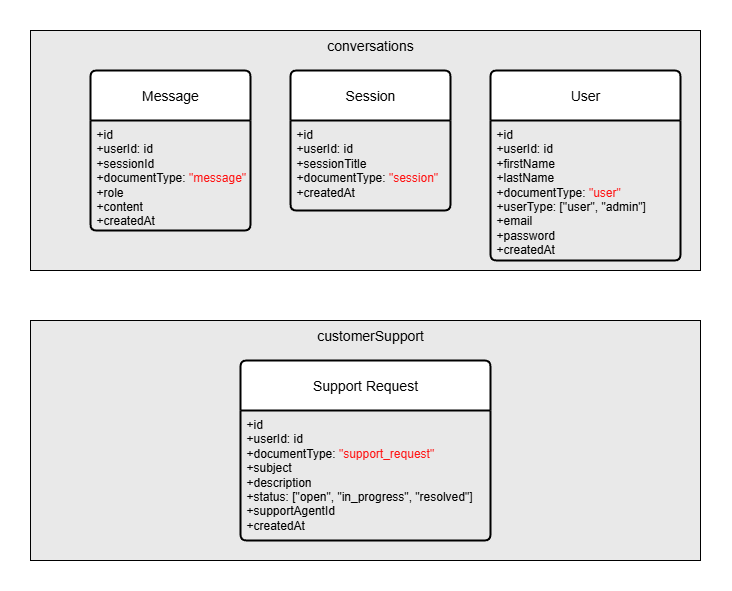
Above: Documentation/Database Schema.png in Carlo-04/azure-ai-chatbot (draw.io), before the change. Source tidied: cells renumbered, new cells last; positions are measured from the earlier drawing's top-left corner, leaving out a move shared by most shapes.
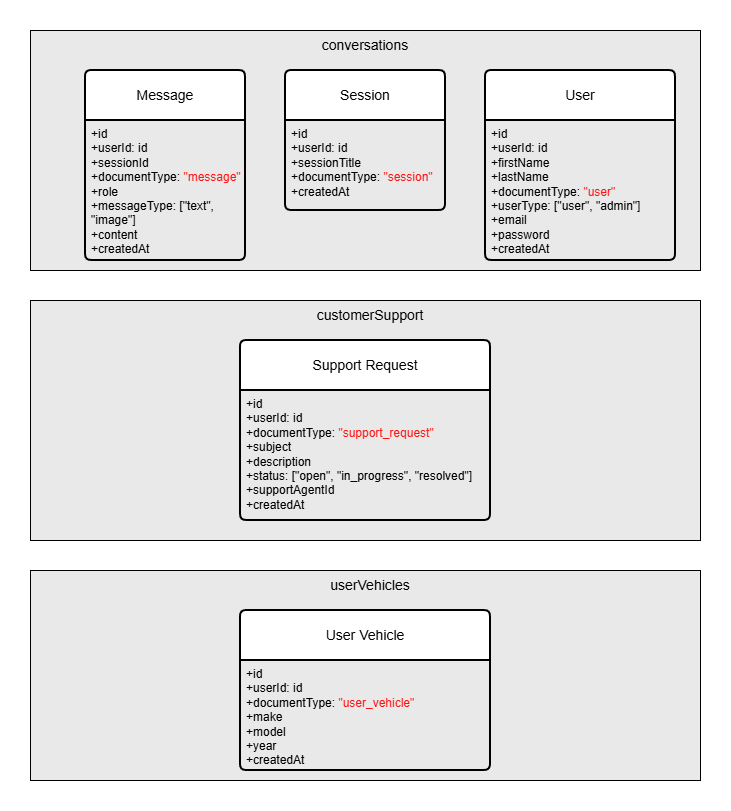
Later version of the same file.

The edit, as a diff of the source:
```diff
@@ -6,37 +6,49 @@
       <mxGeometry y="290" width="670" height="240" as="geometry" />
     </mxCell>
     <mxCell id="3" style="rounded=0;whiteSpace=wrap;html=1;fillColor=#E9E9E9;" parent="1" vertex="1">
-      <mxGeometry width="670" height="240" as="geometry" />
+      <mxGeometry y="20" width="670" height="240" as="geometry" />
     </mxCell>
     <mxCell id="4" value="User" style="swimlane;horizontal=1;startSize=50;rounded=1;fontSize=14;fontStyle=0;strokeWidth=2;shadow=0;dashed=0;align=center;arcSize=4;whiteSpace=wrap;html=1;" parent="1" vertex="1">
-      <mxGeometry x="460" y="40" width="190" height="190" as="geometry" />
+      <mxGeometry x="455" y="60" width="190" height="190" as="geometry" />
     </mxCell>
-    <mxCell id="5" value="+id&lt;div&gt;+userId: id&lt;br&gt;+firstName&lt;br&gt;+lastName&lt;div&gt;+documentType:&lt;font style=&quot;color: light-dark(rgb(0, 0, 0), rgb(255, 6, 6));&quot;&gt; &lt;/font&gt;&lt;font style=&quot;color: light-dark(rgb(255, 19, 19), rgb(255, 6, 6));&quot;&gt;&quot;user&quot;&lt;/font&gt;&lt;/div&gt;&lt;div&gt;&lt;font style=&quot;color: light-dark(rgb(0, 0, 0), rgb(255, 6, 6));&quot;&gt;+userType: [&quot;user&quot;, &quot;admin&quot;]&lt;/font&gt;&lt;/div&gt;&lt;div&gt;&lt;span style=&quot;background-color: transparent; color: light-dark(rgb(0, 0, 0), rgb(255, 255, 255));&quot;&gt;+email&lt;/span&gt;&lt;/div&gt;&lt;div&gt;&lt;span style=&quot;background-color: transparent; color: light-dark(rgb(0, 0, 0), rgb(255, 255, 255));&quot;&gt;+password&lt;/span&gt;&lt;/div&gt;&lt;div&gt;&lt;span style=&quot;background-color: transparent; color: light-dark(rgb(0, 0, 0), rgb(255, 255, 255));&quot;&gt;+createdAt&lt;/span&gt;&lt;/div&gt;&lt;/div&gt;" style="align=left;strokeColor=none;fillColor=none;spacingLeft=4;spacingRight=4;fontSize=12;verticalAlign=top;html=1;whiteSpace=wrap;" parent="4" vertex="1">
+    <mxCell id="5" value="+id&lt;div&gt;+userId: id&lt;br&gt;+firstName&lt;br&gt;+lastName&lt;div&gt;+documentType:&lt;font style=&quot;color: light-dark(rgb(0, 0, 0), rgb(255, 6, 6));&quot;&gt; &lt;/font&gt;&lt;font style=&quot;color: light-dark(rgb(255, 19, 19), rgb(255, 6, 6));&quot;&gt;&quot;user&quot;&lt;/font&gt;&lt;/div&gt;&lt;div&gt;&lt;font style=&quot;color: light-dark(rgb(0, 0, 0), rgb(255, 255, 255));&quot;&gt;+userType:&lt;/font&gt;&lt;font style=&quot;color: light-dark(rgb(0, 0, 0), rgb(255, 6, 6));&quot;&gt; [&quot;user&quot;, &quot;admin&quot;]&lt;/font&gt;&lt;/div&gt;&lt;div&gt;&lt;span style=&quot;background-color: transparent; color: light-dark(rgb(0, 0, 0), rgb(255, 255, 255));&quot;&gt;+email&lt;/span&gt;&lt;/div&gt;&lt;div&gt;&lt;span style=&quot;background-color: transparent; color: light-dark(rgb(0, 0, 0), rgb(255, 255, 255));&quot;&gt;+password&lt;/span&gt;&lt;/div&gt;&lt;div&gt;&lt;span style=&quot;background-color: transparent; color: light-dark(rgb(0, 0, 0), rgb(255, 255, 255));&quot;&gt;+createdAt&lt;/span&gt;&lt;/div&gt;&lt;/div&gt;" style="align=left;strokeColor=none;fillColor=none;spacingLeft=4;spacingRight=4;fontSize=12;verticalAlign=top;html=1;whiteSpace=wrap;" parent="4" vertex="1">
       <mxGeometry y="50" width="190" height="140" as="geometry" />
     </mxCell>
     <mxCell id="6" value="Session" style="swimlane;horizontal=1;startSize=50;rounded=1;fontSize=14;fontStyle=0;strokeWidth=2;shadow=0;dashed=0;align=center;arcSize=4;whiteSpace=wrap;html=1;" parent="1" vertex="1">
-      <mxGeometry x="260" y="40" width="160" height="140" as="geometry" />
+      <mxGeometry x="255" y="60" width="160" height="140" as="geometry" />
     </mxCell>
     <mxCell id="7" value="+id&lt;div&gt;+userId: id&lt;br&gt;+sessionTitle&lt;br&gt;&lt;div&gt;+documentType:&lt;font style=&quot;color: light-dark(rgb(0, 0, 0), rgb(255, 6, 6));&quot;&gt; &lt;/font&gt;&lt;font style=&quot;color: light-dark(rgb(255, 19, 19), rgb(255, 6, 6));&quot;&gt;&quot;session&quot;&lt;/font&gt;&lt;/div&gt;&lt;div&gt;+createdAt&lt;/div&gt;&lt;/div&gt;" style="align=left;strokeColor=none;fillColor=none;spacingLeft=4;spacingRight=4;fontSize=12;verticalAlign=top;html=1;whiteSpace=wrap;" parent="6" vertex="1">
       <mxGeometry y="50" width="160" height="90" as="geometry" />
     </mxCell>
     <mxCell id="8" value="Message" style="swimlane;horizontal=1;startSize=50;rounded=1;fontSize=14;fontStyle=0;strokeWidth=2;shadow=0;dashed=0;align=center;arcSize=4;whiteSpace=wrap;html=1;fillColor=default;" parent="1" vertex="1">
-      <mxGeometry x="60" y="40" width="160" height="160" as="geometry" />
+      <mxGeometry x="55" y="60" width="160" height="190" as="geometry" />
     </mxCell>
-    <mxCell id="9" value="+id&lt;div&gt;+userId: id&lt;br&gt;+sessionId&lt;br&gt;&lt;div&gt;+documentType:&lt;font style=&quot;color: light-dark(rgb(0, 0, 0), rgb(255, 6, 6));&quot;&gt; &lt;/font&gt;&lt;font style=&quot;color: light-dark(rgb(255, 19, 19), rgb(255, 6, 6));&quot;&gt;&quot;message&quot;&lt;/font&gt;&lt;/div&gt;&lt;div&gt;&lt;font style=&quot;color: light-dark(rgb(0, 0, 0), rgb(255, 6, 6));&quot;&gt;+role&lt;/font&gt;&lt;/div&gt;&lt;div&gt;&lt;font style=&quot;color: light-dark(rgb(0, 0, 0), rgb(255, 6, 6));&quot;&gt;+content&lt;/font&gt;&lt;/div&gt;&lt;div&gt;+createdAt&lt;/div&gt;&lt;/div&gt;" style="align=left;strokeColor=none;fillColor=none;spacingLeft=4;spacingRight=4;fontSize=12;verticalAlign=top;html=1;whiteSpace=wrap;" parent="8" vertex="1">
-      <mxGeometry y="50" width="160" height="110" as="geometry" />
+    <mxCell id="9" value="+id&lt;div&gt;+userId: id&lt;br&gt;+sessionId&lt;br&gt;&lt;div&gt;+documentType:&lt;font style=&quot;color: light-dark(rgb(0, 0, 0), rgb(255, 6, 6));&quot;&gt; &lt;/font&gt;&lt;font style=&quot;color: light-dark(rgb(255, 19, 19), rgb(255, 6, 6));&quot;&gt;&quot;message&quot;&lt;/font&gt;&lt;/div&gt;&lt;div&gt;&lt;font&gt;+role&lt;/font&gt;&lt;/div&gt;&lt;div&gt;&lt;font&gt;+messageType: &lt;font style=&quot;color: light-dark(rgb(0, 0, 0), rgb(255, 0, 0));&quot;&gt;[&quot;text&quot;, &quot;image&quot;]&lt;/font&gt;&lt;/font&gt;&lt;/div&gt;&lt;div&gt;&lt;font&gt;+content&lt;/font&gt;&lt;/div&gt;&lt;div&gt;+createdAt&lt;/div&gt;&lt;/div&gt;" style="align=left;strokeColor=none;fillColor=none;spacingLeft=4;spacingRight=4;fontSize=12;verticalAlign=top;html=1;whiteSpace=wrap;" parent="8" vertex="1">
+      <mxGeometry y="50" width="160" height="140" as="geometry" />
     </mxCell>
     <mxCell id="10" value="Support Request" style="swimlane;horizontal=1;startSize=50;rounded=1;fontSize=14;fontStyle=0;strokeWidth=2;shadow=0;dashed=0;align=center;arcSize=4;whiteSpace=wrap;html=1;" parent="1" vertex="1">
       <mxGeometry x="210" y="330" width="250" height="180" as="geometry" />
     </mxCell>
-    <mxCell id="11" value="+id&lt;div&gt;+userId: id&lt;br&gt;&lt;div&gt;+documentType:&lt;font style=&quot;color: light-dark(rgb(0, 0, 0), rgb(255, 6, 6));&quot;&gt; &lt;/font&gt;&lt;font style=&quot;color: light-dark(rgb(255, 19, 19), rgb(255, 6, 6));&quot;&gt;&quot;support_request&quot;&lt;/font&gt;&lt;/div&gt;&lt;div&gt;&lt;font style=&quot;color: light-dark(rgb(0, 0, 0), rgb(255, 6, 6));&quot;&gt;+subject&lt;/font&gt;&lt;/div&gt;&lt;div&gt;&lt;font style=&quot;color: light-dark(rgb(0, 0, 0), rgb(255, 6, 6));&quot;&gt;+description&lt;/font&gt;&lt;/div&gt;&lt;div&gt;&lt;font style=&quot;color: light-dark(rgb(0, 0, 0), rgb(255, 6, 6));&quot;&gt;+status: [&quot;open&quot;, &quot;in_progress&quot;, &quot;resolved&quot;]&lt;/font&gt;&lt;/div&gt;&lt;div&gt;&lt;font style=&quot;color: light-dark(rgb(0, 0, 0), rgb(255, 6, 6));&quot;&gt;+supportAgentId&lt;/font&gt;&lt;/div&gt;&lt;div&gt;+createdAt&lt;/div&gt;&lt;/div&gt;" style="align=left;strokeColor=none;fillColor=none;spacingLeft=4;spacingRight=4;fontSize=12;verticalAlign=top;html=1;whiteSpace=wrap;" parent="10" vertex="1">
+    <mxCell id="11" value="+id&lt;div&gt;+userId: id&lt;br&gt;&lt;div&gt;+documentType:&lt;font style=&quot;color: light-dark(rgb(0, 0, 0), rgb(255, 6, 6));&quot;&gt; &lt;/font&gt;&lt;font style=&quot;color: light-dark(rgb(255, 19, 19), rgb(255, 6, 6));&quot;&gt;&quot;support_request&quot;&lt;/font&gt;&lt;/div&gt;&lt;div&gt;&lt;font style=&quot;color: light-dark(rgb(0, 0, 0), rgb(255, 255, 255));&quot;&gt;+subject&lt;/font&gt;&lt;/div&gt;&lt;div&gt;&lt;font style=&quot;color: light-dark(rgb(0, 0, 0), rgb(255, 255, 255));&quot;&gt;+description&lt;/font&gt;&lt;/div&gt;&lt;div&gt;&lt;font style=&quot;color: light-dark(rgb(0, 0, 0), rgb(255, 255, 255));&quot;&gt;+status:&lt;/font&gt;&lt;font style=&quot;color: light-dark(rgb(0, 0, 0), rgb(255, 6, 6));&quot;&gt; [&quot;open&quot;, &quot;in_progress&quot;, &quot;resolved&quot;]&lt;/font&gt;&lt;/div&gt;&lt;div&gt;&lt;font style=&quot;color: light-dark(rgb(0, 0, 0), rgb(255, 255, 255));&quot;&gt;+supportAgentId&lt;/font&gt;&lt;/div&gt;&lt;div&gt;+createdAt&lt;/div&gt;&lt;/div&gt;" style="align=left;strokeColor=none;fillColor=none;spacingLeft=4;spacingRight=4;fontSize=12;verticalAlign=top;html=1;whiteSpace=wrap;" parent="10" vertex="1">
       <mxGeometry y="50" width="250" height="130" as="geometry" />
     </mxCell>
     <mxCell id="12" value="conversations" style="text;strokeColor=none;align=center;fillColor=none;html=1;verticalAlign=middle;whiteSpace=wrap;rounded=0;fontSize=14;" parent="1" vertex="1">
-      <mxGeometry x="290" width="100" height="30" as="geometry" />
+      <mxGeometry x="285" y="20" width="100" height="30" as="geometry" />
     </mxCell>
     <mxCell id="13" value="customerSupport" style="text;strokeColor=none;align=center;fillColor=none;html=1;verticalAlign=middle;whiteSpace=wrap;rounded=0;fontSize=14;" parent="1" vertex="1">
       <mxGeometry x="275" y="290" width="130" height="30" as="geometry" />
     </mxCell>
+    <mxCell id="14" style="rounded=0;whiteSpace=wrap;html=1;fillColor=#E9E9E9;" parent="1" vertex="1">
+      <mxGeometry y="560" width="670" height="210" as="geometry" />
+    </mxCell>
+    <mxCell id="15" value="User Vehicle" style="swimlane;horizontal=1;startSize=50;rounded=1;fontSize=14;fontStyle=0;strokeWidth=2;shadow=0;dashed=0;align=center;arcSize=4;whiteSpace=wrap;html=1;" parent="1" vertex="1">
+      <mxGeometry x="210" y="600" width="250" height="160" as="geometry" />
+    </mxCell>
+    <mxCell id="16" value="+id&lt;div&gt;+userId: id&lt;br&gt;&lt;div&gt;+documentType:&lt;font style=&quot;color: light-dark(rgb(0, 0, 0), rgb(255, 6, 6));&quot;&gt; &lt;/font&gt;&lt;font style=&quot;color: light-dark(rgb(255, 19, 19), rgb(255, 6, 6));&quot;&gt;&quot;user_vehicle&quot;&lt;/font&gt;&lt;/div&gt;&lt;div&gt;&lt;font style=&quot;color: light-dark(rgb(0, 0, 0), rgb(255, 255, 255));&quot;&gt;+make&lt;/font&gt;&lt;/div&gt;&lt;div&gt;&lt;font style=&quot;color: light-dark(rgb(0, 0, 0), rgb(255, 255, 255));&quot;&gt;+model&lt;/font&gt;&lt;/div&gt;&lt;div&gt;&lt;font style=&quot;color: light-dark(rgb(0, 0, 0), rgb(255, 255, 255));&quot;&gt;+year&lt;/font&gt;&lt;/div&gt;&lt;div&gt;&lt;span style=&quot;background-color: transparent; color: light-dark(rgb(0, 0, 0), rgb(255, 255, 255));&quot;&gt;+createdAt&lt;/span&gt;&lt;/div&gt;&lt;/div&gt;" style="align=left;strokeColor=none;fillColor=none;spacingLeft=4;spacingRight=4;fontSize=12;verticalAlign=top;html=1;whiteSpace=wrap;" parent="15" vertex="1">
+      <mxGeometry y="50" width="250" height="110" as="geometry" />
+    </mxCell>
+    <mxCell id="17" value="userVehicles" style="text;strokeColor=none;align=center;fillColor=none;html=1;verticalAlign=middle;whiteSpace=wrap;rounded=0;fontSize=14;" parent="1" vertex="1">
+      <mxGeometry x="275" y="560" width="130" height="30" as="geometry" />
+    </mxCell>
   </root>
 </mxGraphModel>
```
